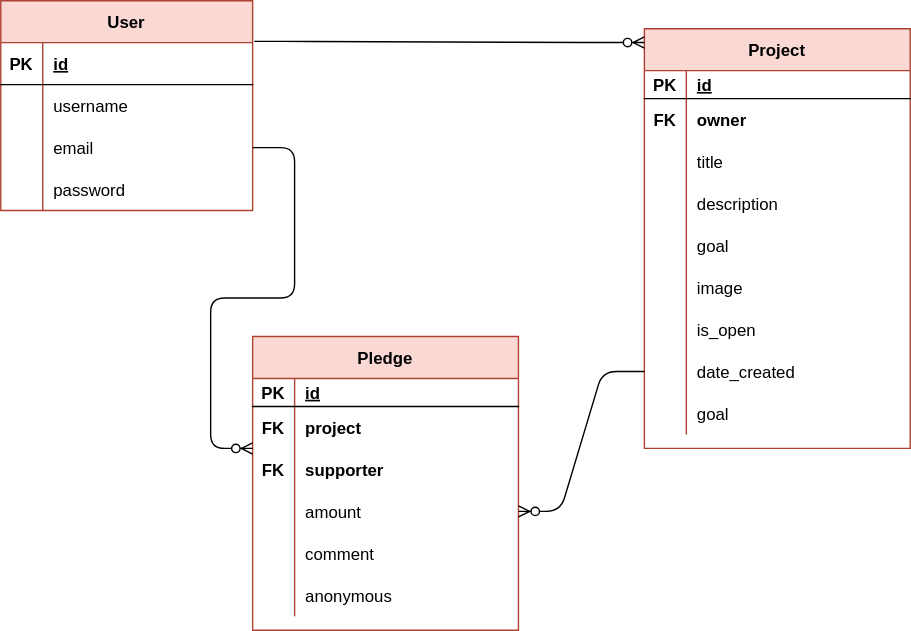
This is crowdfunding/projects/images/ERD.drawio.svg from ktechgau/crowdfunding_back_end, a draw.io export, as it was before one commit. Source tidied: cells renumbered, new cells last; positions are measured from the earlier drawing's top-left corner, leaving out a move shared by most shapes. Source of this version:
```xml
<mxGraphModel background="#ffffff">
  <root>
    <mxCell id="0" />
    <mxCell id="1" parent="0" />
    <mxCell id="2" value="User" style="shape=table;startSize=30;rowLines=0;fontStyle=1;align=center;fillColor=#fad9d5;strokeColor=#ae4132;" parent="1" vertex="1">
      <mxGeometry width="180" height="150" as="geometry" />
    </mxCell>
    <mxCell id="3" style="shape=tableRow;horizontal=0;startSize=0;swimlaneHead=0;swimlaneBody=0;fillColor=none;top=0;left=0;right=0;bottom=1;" parent="2" vertex="1">
      <mxGeometry y="30" width="180" height="30" as="geometry" />
    </mxCell>
    <mxCell id="4" value="PK" style="shape=partialRectangle;fillColor=none;top=0;left=0;bottom=0;right=0;fontStyle=1;overflow=hidden;" parent="3" vertex="1">
      <mxGeometry width="30" height="30" as="geometry" />
    </mxCell>
    <mxCell id="5" value="id" style="shape=partialRectangle;fillColor=none;top=0;left=0;bottom=0;right=0;align=left;spacingLeft=6;fontStyle=5;overflow=hidden;" parent="3" vertex="1">
      <mxGeometry x="30" width="150" height="30" as="geometry" />
    </mxCell>
    <mxCell id="6" style="shape=tableRow;horizontal=0;startSize=0;swimlaneHead=0;swimlaneBody=0;fillColor=none;top=0;left=0;right=0;bottom=0;" parent="2" vertex="1">
      <mxGeometry y="60" width="180" height="30" as="geometry" />
    </mxCell>
    <mxCell id="7" style="shape=partialRectangle;fillColor=none;top=0;left=0;bottom=0;right=0;overflow=hidden;" parent="6" vertex="1">
      <mxGeometry width="30" height="30" as="geometry" />
    </mxCell>
    <mxCell id="8" value="username" style="shape=partialRectangle;fillColor=none;top=0;left=0;bottom=0;right=0;align=left;spacingLeft=6;overflow=hidden;" parent="6" vertex="1">
      <mxGeometry x="30" width="150" height="30" as="geometry" />
    </mxCell>
    <mxCell id="9" style="shape=tableRow;horizontal=0;startSize=0;swimlaneHead=0;swimlaneBody=0;fillColor=none;points=[[0,0.5],[1,0.5]];portConstraint=eastwest;top=0;left=0;right=0;bottom=0;" parent="2" vertex="1">
      <mxGeometry y="90" width="180" height="30" as="geometry" />
    </mxCell>
    <mxCell id="10" style="shape=partialRectangle;fillColor=none;top=0;left=0;bottom=0;right=0;overflow=hidden;" parent="9" vertex="1">
      <mxGeometry width="30" height="30" as="geometry" />
    </mxCell>
    <mxCell id="11" value="email" style="shape=partialRectangle;fillColor=none;top=0;left=0;bottom=0;right=0;align=left;spacingLeft=6;overflow=hidden;" parent="9" vertex="1">
      <mxGeometry x="30" width="150" height="30" as="geometry" />
    </mxCell>
    <mxCell id="12" style="shape=tableRow;horizontal=0;startSize=0;swimlaneHead=0;swimlaneBody=0;fillColor=none;top=0;left=0;right=0;bottom=0;" parent="2" vertex="1">
      <mxGeometry y="120" width="180" height="30" as="geometry" />
    </mxCell>
    <mxCell id="13" style="shape=partialRectangle;fillColor=none;top=0;left=0;bottom=0;right=0;overflow=hidden;" parent="12" vertex="1">
      <mxGeometry width="30" height="30" as="geometry" />
    </mxCell>
    <mxCell id="14" value="password" style="shape=partialRectangle;fillColor=none;top=0;left=0;bottom=0;right=0;align=left;spacingLeft=6;overflow=hidden;" parent="12" vertex="1">
      <mxGeometry x="30" width="150" height="30" as="geometry" />
    </mxCell>
    <mxCell id="15" value="Project" style="shape=table;startSize=30;rowLines=0;fontStyle=1;align=center;fillColor=#fad9d5;strokeColor=#ae4132;" parent="1" vertex="1">
      <mxGeometry x="460" y="20" width="190" height="300" as="geometry" />
    </mxCell>
    <mxCell id="16" style="shape=tableRow;horizontal=0;startSize=0;swimlaneHead=0;swimlaneBody=0;fillColor=none;top=0;left=0;right=0;bottom=1;" parent="15" vertex="1">
      <mxGeometry y="30" width="190" height="20" as="geometry" />
    </mxCell>
    <mxCell id="17" value="PK" style="shape=partialRectangle;fillColor=none;top=0;left=0;bottom=0;right=0;fontStyle=1;overflow=hidden;" parent="16" vertex="1">
      <mxGeometry width="30" height="20" as="geometry" />
    </mxCell>
    <mxCell id="18" value="id" style="shape=partialRectangle;fillColor=none;top=0;left=0;bottom=0;right=0;align=left;spacingLeft=6;fontStyle=5;overflow=hidden;" parent="16" vertex="1">
      <mxGeometry x="30" width="160" height="20" as="geometry" />
    </mxCell>
    <mxCell id="19" style="shape=tableRow;horizontal=0;startSize=0;swimlaneHead=0;swimlaneBody=0;fillColor=none;top=0;left=0;right=0;bottom=0;" parent="15" vertex="1">
      <mxGeometry y="50" width="190" height="30" as="geometry" />
    </mxCell>
    <mxCell id="20" value="FK" style="shape=partialRectangle;fillColor=none;top=0;left=0;bottom=0;right=0;overflow=hidden;fontStyle=1;" parent="19" vertex="1">
      <mxGeometry width="30" height="30" as="geometry" />
    </mxCell>
    <mxCell id="21" value="owner" style="shape=partialRectangle;fillColor=none;top=0;left=0;bottom=0;right=0;align=left;spacingLeft=6;overflow=hidden;fontStyle=1;" parent="19" vertex="1">
      <mxGeometry x="30" width="160" height="30" as="geometry" />
    </mxCell>
    <mxCell id="22" style="shape=tableRow;horizontal=0;startSize=0;swimlaneHead=0;swimlaneBody=0;fillColor=none;top=0;left=0;right=0;bottom=0;" parent="15" vertex="1">
      <mxGeometry y="80" width="190" height="30" as="geometry" />
    </mxCell>
    <mxCell id="23" style="shape=partialRectangle;fillColor=none;top=0;left=0;bottom=0;right=0;overflow=hidden;" parent="22" vertex="1">
      <mxGeometry width="30" height="30" as="geometry" />
    </mxCell>
    <mxCell id="24" value="title" style="shape=partialRectangle;fillColor=none;top=0;left=0;bottom=0;right=0;align=left;spacingLeft=6;overflow=hidden;" parent="22" vertex="1">
      <mxGeometry x="30" width="160" height="30" as="geometry" />
    </mxCell>
    <mxCell id="25" style="shape=tableRow;horizontal=0;startSize=0;swimlaneHead=0;swimlaneBody=0;fillColor=none;top=0;left=0;right=0;bottom=0;" parent="15" vertex="1">
      <mxGeometry y="110" width="190" height="30" as="geometry" />
    </mxCell>
    <mxCell id="26" style="shape=partialRectangle;fillColor=none;top=0;left=0;bottom=0;right=0;overflow=hidden;" parent="25" vertex="1">
      <mxGeometry width="30" height="30" as="geometry" />
    </mxCell>
    <mxCell id="27" value="description" style="shape=partialRectangle;fillColor=none;top=0;left=0;bottom=0;right=0;align=left;spacingLeft=6;overflow=hidden;" parent="25" vertex="1">
      <mxGeometry x="30" width="160" height="30" as="geometry" />
    </mxCell>
    <mxCell id="28" style="shape=tableRow;horizontal=0;startSize=0;swimlaneHead=0;swimlaneBody=0;fillColor=none;top=0;left=0;right=0;bottom=0;" parent="15" vertex="1">
      <mxGeometry y="140" width="190" height="30" as="geometry" />
    </mxCell>
    <mxCell id="29" style="shape=partialRectangle;fillColor=none;top=0;left=0;bottom=0;right=0;overflow=hidden;" parent="28" vertex="1">
      <mxGeometry width="30" height="30" as="geometry" />
    </mxCell>
    <mxCell id="30" value="goal" style="shape=partialRectangle;fillColor=none;top=0;left=0;bottom=0;right=0;align=left;spacingLeft=6;overflow=hidden;" parent="28" vertex="1">
      <mxGeometry x="30" width="160" height="30" as="geometry" />
    </mxCell>
    <mxCell id="31" style="shape=tableRow;horizontal=0;startSize=0;swimlaneHead=0;swimlaneBody=0;fillColor=none;top=0;left=0;right=0;bottom=0;" parent="15" vertex="1">
      <mxGeometry y="170" width="190" height="30" as="geometry" />
    </mxCell>
    <mxCell id="32" style="shape=partialRectangle;fillColor=none;top=0;left=0;bottom=0;right=0;overflow=hidden;" parent="31" vertex="1">
      <mxGeometry width="30" height="30" as="geometry" />
    </mxCell>
    <mxCell id="33" value="image" style="shape=partialRectangle;fillColor=none;top=0;left=0;bottom=0;right=0;align=left;spacingLeft=6;overflow=hidden;" parent="31" vertex="1">
      <mxGeometry x="30" width="160" height="30" as="geometry" />
    </mxCell>
    <mxCell id="34" style="shape=tableRow;horizontal=0;startSize=0;swimlaneHead=0;swimlaneBody=0;fillColor=none;top=0;left=0;right=0;bottom=0;" parent="15" vertex="1">
      <mxGeometry y="200" width="190" height="30" as="geometry" />
    </mxCell>
    <mxCell id="35" style="shape=partialRectangle;fillColor=none;top=0;left=0;bottom=0;right=0;overflow=hidden;" parent="34" vertex="1">
      <mxGeometry width="30" height="30" as="geometry" />
    </mxCell>
    <mxCell id="36" value="is_open" style="shape=partialRectangle;fillColor=none;top=0;left=0;bottom=0;right=0;align=left;spacingLeft=6;overflow=hidden;" parent="34" vertex="1">
      <mxGeometry x="30" width="160" height="30" as="geometry" />
    </mxCell>
    <mxCell id="37" style="shape=tableRow;horizontal=0;startSize=0;swimlaneHead=0;swimlaneBody=0;fillColor=none;points=[[0,0.5],[1,0.5]];portConstraint=eastwest;top=0;left=0;right=0;bottom=0;" parent="15" vertex="1">
      <mxGeometry y="230" width="190" height="30" as="geometry" />
    </mxCell>
    <mxCell id="38" style="shape=partialRectangle;fillColor=none;top=0;left=0;bottom=0;right=0;overflow=hidden;" parent="37" vertex="1">
      <mxGeometry width="30" height="30" as="geometry" />
    </mxCell>
    <mxCell id="39" value="date_created" style="shape=partialRectangle;fillColor=none;top=0;left=0;bottom=0;right=0;align=left;spacingLeft=6;overflow=hidden;" parent="37" vertex="1">
      <mxGeometry x="30" width="160" height="30" as="geometry" />
    </mxCell>
    <mxCell id="40" style="shape=tableRow;horizontal=0;startSize=0;swimlaneHead=0;swimlaneBody=0;fillColor=none;top=0;left=0;right=0;bottom=0;" parent="15" vertex="1">
      <mxGeometry y="260" width="190" height="30" as="geometry" />
    </mxCell>
    <mxCell id="41" style="shape=partialRectangle;fillColor=none;top=0;left=0;bottom=0;right=0;overflow=hidden;" parent="40" vertex="1">
      <mxGeometry width="30" height="30" as="geometry" />
    </mxCell>
    <mxCell id="42" value="goal" style="shape=partialRectangle;fillColor=none;top=0;left=0;bottom=0;right=0;align=left;spacingLeft=6;overflow=hidden;" parent="40" vertex="1">
      <mxGeometry x="30" width="160" height="30" as="geometry" />
    </mxCell>
    <mxCell id="43" value="Pledge" style="shape=table;startSize=30;rowLines=0;fontStyle=1;align=center;fillColor=#fad9d5;strokeColor=#ae4132;" parent="1" vertex="1">
      <mxGeometry x="180" y="240" width="190" height="210" as="geometry" />
    </mxCell>
    <mxCell id="44" style="shape=tableRow;horizontal=0;startSize=0;swimlaneHead=0;swimlaneBody=0;fillColor=none;top=0;left=0;right=0;bottom=1;" parent="43" vertex="1">
      <mxGeometry y="30" width="190" height="20" as="geometry" />
    </mxCell>
    <mxCell id="45" value="PK" style="shape=partialRectangle;fillColor=none;top=0;left=0;bottom=0;right=0;fontStyle=1;overflow=hidden;" parent="44" vertex="1">
      <mxGeometry width="30" height="20" as="geometry" />
    </mxCell>
    <mxCell id="46" value="id" style="shape=partialRectangle;fillColor=none;top=0;left=0;bottom=0;right=0;align=left;spacingLeft=6;fontStyle=5;overflow=hidden;" parent="44" vertex="1">
      <mxGeometry x="30" width="160" height="20" as="geometry" />
    </mxCell>
    <mxCell id="47" style="shape=tableRow;horizontal=0;startSize=0;swimlaneHead=0;swimlaneBody=0;fillColor=none;top=0;left=0;right=0;bottom=0;" parent="43" vertex="1">
      <mxGeometry y="50" width="190" height="30" as="geometry" />
    </mxCell>
    <mxCell id="48" value="FK" style="shape=partialRectangle;fillColor=none;top=0;left=0;bottom=0;right=0;overflow=hidden;fontStyle=1;" parent="47" vertex="1">
      <mxGeometry width="30" height="30" as="geometry" />
    </mxCell>
    <mxCell id="49" value="project" style="shape=partialRectangle;fillColor=none;top=0;left=0;bottom=0;right=0;align=left;spacingLeft=6;overflow=hidden;fontStyle=1;" parent="47" vertex="1">
      <mxGeometry x="30" width="160" height="30" as="geometry" />
    </mxCell>
    <mxCell id="50" style="shape=tableRow;horizontal=0;startSize=0;swimlaneHead=0;swimlaneBody=0;fillColor=none;top=0;left=0;right=0;bottom=0;" parent="43" vertex="1">
      <mxGeometry y="80" width="190" height="30" as="geometry" />
    </mxCell>
    <mxCell id="51" value="FK" style="shape=partialRectangle;fillColor=none;top=0;left=0;bottom=0;right=0;overflow=hidden;fontStyle=1;" parent="50" vertex="1">
      <mxGeometry width="30" height="30" as="geometry" />
    </mxCell>
    <mxCell id="52" value="supporter" style="shape=partialRectangle;fillColor=none;top=0;left=0;bottom=0;right=0;align=left;spacingLeft=6;overflow=hidden;fontStyle=1;" parent="50" vertex="1">
      <mxGeometry x="30" width="160" height="30" as="geometry" />
    </mxCell>
    <mxCell id="53" style="shape=tableRow;horizontal=0;startSize=0;swimlaneHead=0;swimlaneBody=0;fillColor=none;points=[[0,0.5],[1,0.5]];portConstraint=eastwest;top=0;left=0;right=0;bottom=0;" parent="43" vertex="1">
      <mxGeometry y="110" width="190" height="30" as="geometry" />
    </mxCell>
    <mxCell id="54" style="shape=partialRectangle;fillColor=none;top=0;left=0;bottom=0;right=0;overflow=hidden;" parent="53" vertex="1">
      <mxGeometry width="30" height="30" as="geometry" />
    </mxCell>
    <mxCell id="55" value="amount" style="shape=partialRectangle;fillColor=none;top=0;left=0;bottom=0;right=0;align=left;spacingLeft=6;overflow=hidden;" parent="53" vertex="1">
      <mxGeometry x="30" width="160" height="30" as="geometry" />
    </mxCell>
    <mxCell id="56" style="shape=tableRow;horizontal=0;startSize=0;swimlaneHead=0;swimlaneBody=0;fillColor=none;top=0;left=0;right=0;bottom=0;" parent="43" vertex="1">
      <mxGeometry y="140" width="190" height="30" as="geometry" />
    </mxCell>
    <mxCell id="57" style="shape=partialRectangle;fillColor=none;top=0;left=0;bottom=0;right=0;overflow=hidden;" parent="56" vertex="1">
      <mxGeometry width="30" height="30" as="geometry" />
    </mxCell>
    <mxCell id="58" value="comment" style="shape=partialRectangle;fillColor=none;top=0;left=0;bottom=0;right=0;align=left;spacingLeft=6;overflow=hidden;" parent="56" vertex="1">
      <mxGeometry x="30" width="160" height="30" as="geometry" />
    </mxCell>
    <mxCell id="59" style="shape=tableRow;horizontal=0;startSize=0;swimlaneHead=0;swimlaneBody=0;fillColor=none;top=0;left=0;right=0;bottom=0;" parent="43" vertex="1">
      <mxGeometry y="170" width="190" height="30" as="geometry" />
    </mxCell>
    <mxCell id="60" style="shape=partialRectangle;fillColor=none;top=0;left=0;bottom=0;right=0;overflow=hidden;" parent="59" vertex="1">
      <mxGeometry width="30" height="30" as="geometry" />
    </mxCell>
    <mxCell id="61" value="anonymous" style="shape=partialRectangle;fillColor=none;top=0;left=0;bottom=0;right=0;align=left;spacingLeft=6;overflow=hidden;" parent="59" vertex="1">
      <mxGeometry x="30" width="160" height="30" as="geometry" />
    </mxCell>
    <mxCell id="62" style="edgeStyle=entityRelationEdgeStyle;fontSize=12;html=1;endArrow=ERzeroToMany;endFill=1;entryX=0;entryY=0.033;entryDx=0;entryDy=0;entryPerimeter=0;exitX=1.007;exitY=0.194;exitDx=0;exitDy=0;exitPerimeter=0;" parent="1" edge="1" source="2" target="15">
      <mxGeometry relative="1" as="geometry" />
    </mxCell>
    <mxCell id="63" style="edgeStyle=entityRelationEdgeStyle;fontSize=12;html=1;endArrow=ERzeroToMany;endFill=1;entryX=1;entryY=0.5;entryDx=0;entryDy=0;exitX=0;exitY=0.5;exitDx=0;exitDy=0;" parent="1" edge="1" source="37" target="53">
      <mxGeometry relative="1" as="geometry" />
    </mxCell>
    <mxCell id="64" style="edgeStyle=entityRelationEdgeStyle;fontSize=12;html=1;endArrow=ERzeroToMany;endFill=1;exitX=1;exitY=0.5;exitDx=0;exitDy=0;" parent="1" edge="1" source="9">
      <mxGeometry relative="1" as="geometry">
        <mxPoint x="180" y="320" as="targetPoint" />
      </mxGeometry>
    </mxCell>
  </root>
</mxGraphModel>
```
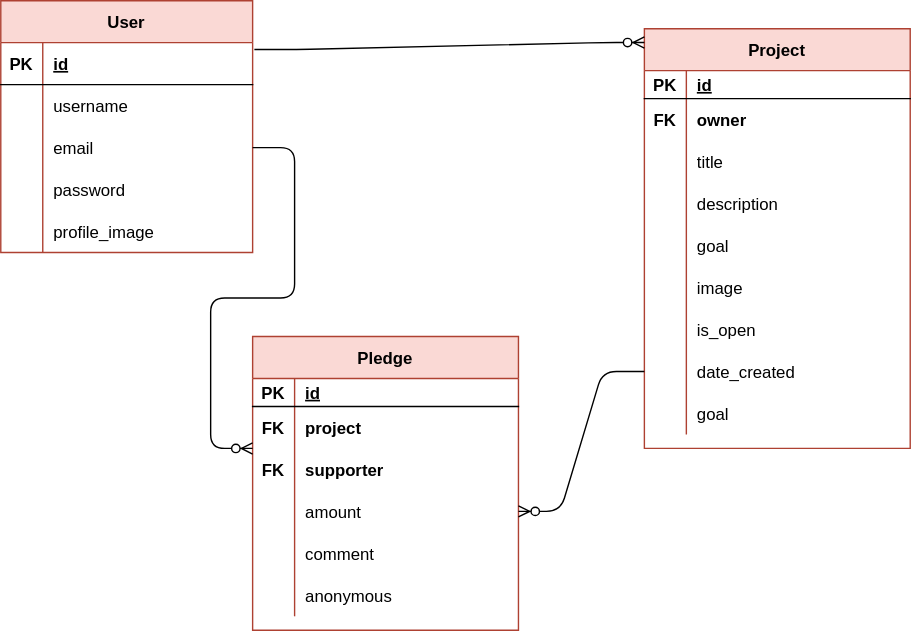
The same file after the commit.

Diff of the diagram source:
```diff
@@ -3,7 +3,7 @@
     <mxCell id="0" />
     <mxCell id="1" parent="0" />
     <mxCell id="2" value="User" style="shape=table;startSize=30;rowLines=0;fontStyle=1;align=center;fillColor=#fad9d5;strokeColor=#ae4132;" parent="1" vertex="1">
-      <mxGeometry width="180" height="150" as="geometry" />
+      <mxGeometry width="180" height="180" as="geometry" />
     </mxCell>
     <mxCell id="3" style="shape=tableRow;horizontal=0;startSize=0;swimlaneHead=0;swimlaneBody=0;fillColor=none;top=0;left=0;right=0;bottom=1;" parent="2" vertex="1">
       <mxGeometry y="30" width="180" height="30" as="geometry" />
@@ -41,6 +41,15 @@
     <mxCell id="14" value="password" style="shape=partialRectangle;fillColor=none;top=0;left=0;bottom=0;right=0;align=left;spacingLeft=6;overflow=hidden;" parent="12" vertex="1">
       <mxGeometry x="30" width="150" height="30" as="geometry" />
     </mxCell>
+    <mxCell id="65" style="shape=tableRow;horizontal=0;startSize=0;swimlaneHead=0;swimlaneBody=0;fillColor=none;top=0;left=0;right=0;bottom=0;" parent="2" vertex="1">
+      <mxGeometry y="150" width="180" height="30" as="geometry" />
+    </mxCell>
+    <mxCell id="66" style="shape=partialRectangle;fillColor=none;top=0;left=0;bottom=0;right=0;overflow=hidden;" parent="65" vertex="1">
+      <mxGeometry width="30" height="30" as="geometry" />
+    </mxCell>
+    <mxCell id="67" value="profile_image" style="shape=partialRectangle;fillColor=none;top=0;left=0;bottom=0;right=0;align=left;spacingLeft=6;overflow=hidden;" parent="65" vertex="1">
+      <mxGeometry x="30" width="150" height="30" as="geometry" />
+    </mxCell>
     <mxCell id="15" value="Project" style="shape=table;startSize=30;rowLines=0;fontStyle=1;align=center;fillColor=#fad9d5;strokeColor=#ae4132;" parent="1" vertex="1">
       <mxGeometry x="460" y="20" width="190" height="300" as="geometry" />
     </mxCell>
```
